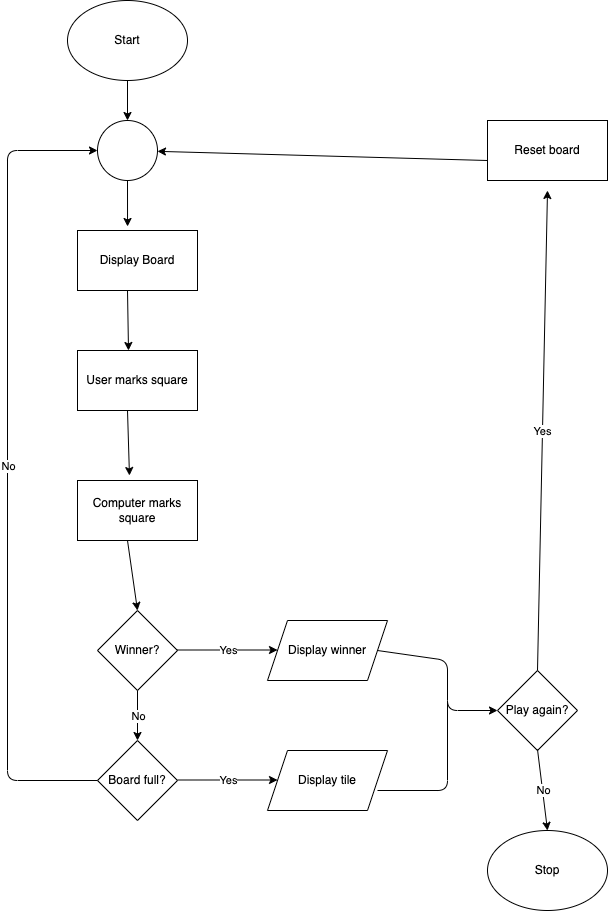
This is 6_largerProblems_rb101/ttt_flow.drawio.png from gjcochran/programmingFoundations_rb101-9, a draw.io export, as it was before one commit. Source tidied: cells renumbered, new cells last; positions are measured from the earlier drawing's top-left corner, leaving out a move shared by most shapes.
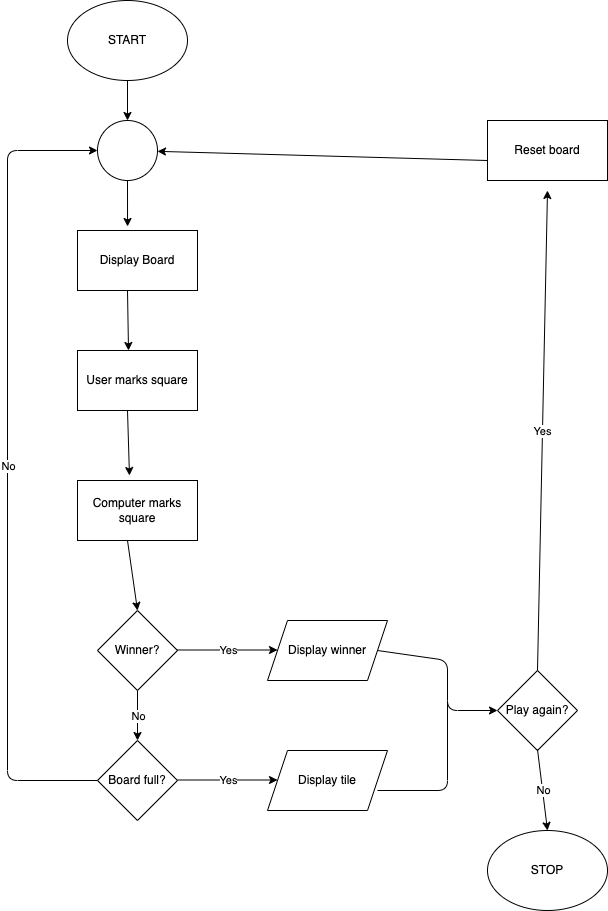
The same file after the commit.

The edit, as a diff of the source:
```diff
@@ -2,7 +2,7 @@
   <root>
     <mxCell id="0" />
     <mxCell id="1" parent="0" />
-    <mxCell id="2" value="Start" style="ellipse;whiteSpace=wrap;html=1;" parent="1" vertex="1">
+    <mxCell id="2" value="START" style="ellipse;whiteSpace=wrap;html=1;" parent="1" vertex="1">
       <mxGeometry x="60" width="120" height="80" as="geometry" />
     </mxCell>
     <mxCell id="3" value="Display Board" style="rounded=0;whiteSpace=wrap;html=1;" parent="1" vertex="1">
@@ -29,7 +29,7 @@
     <mxCell id="10" value="Play again?" style="rhombus;whiteSpace=wrap;html=1;" parent="1" vertex="1">
       <mxGeometry x="490" y="670" width="80" height="80" as="geometry" />
     </mxCell>
-    <mxCell id="11" value="Stop" style="ellipse;whiteSpace=wrap;html=1;" parent="1" vertex="1">
+    <mxCell id="11" value="STOP" style="ellipse;whiteSpace=wrap;html=1;" parent="1" vertex="1">
       <mxGeometry x="480" y="830" width="120" height="80" as="geometry" />
     </mxCell>
     <mxCell id="12" value="Reset board" style="rounded=0;whiteSpace=wrap;html=1;" parent="1" vertex="1">
```
